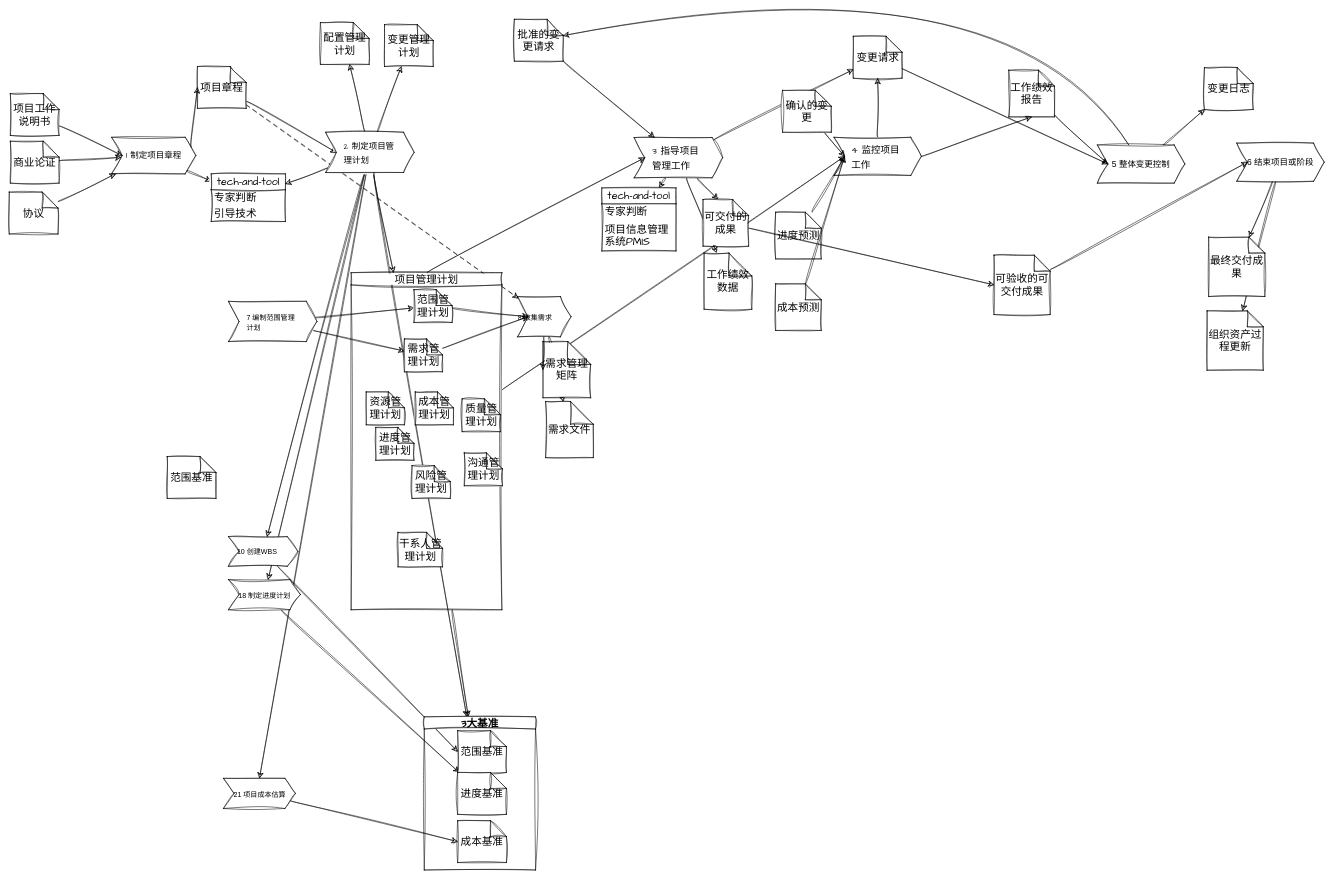
Earlier version of the draw.io diagram 软考中级.drawio (lzdong0714/note). Source tidied: cells renumbered, new cells numbered last; positions are measured from the earlier drawing's top-left corner, leaving out a move shared by most shapes. Both pictures are drawn from the tidied source at 53%, with x=0, y=0 at pixel (9, -48).
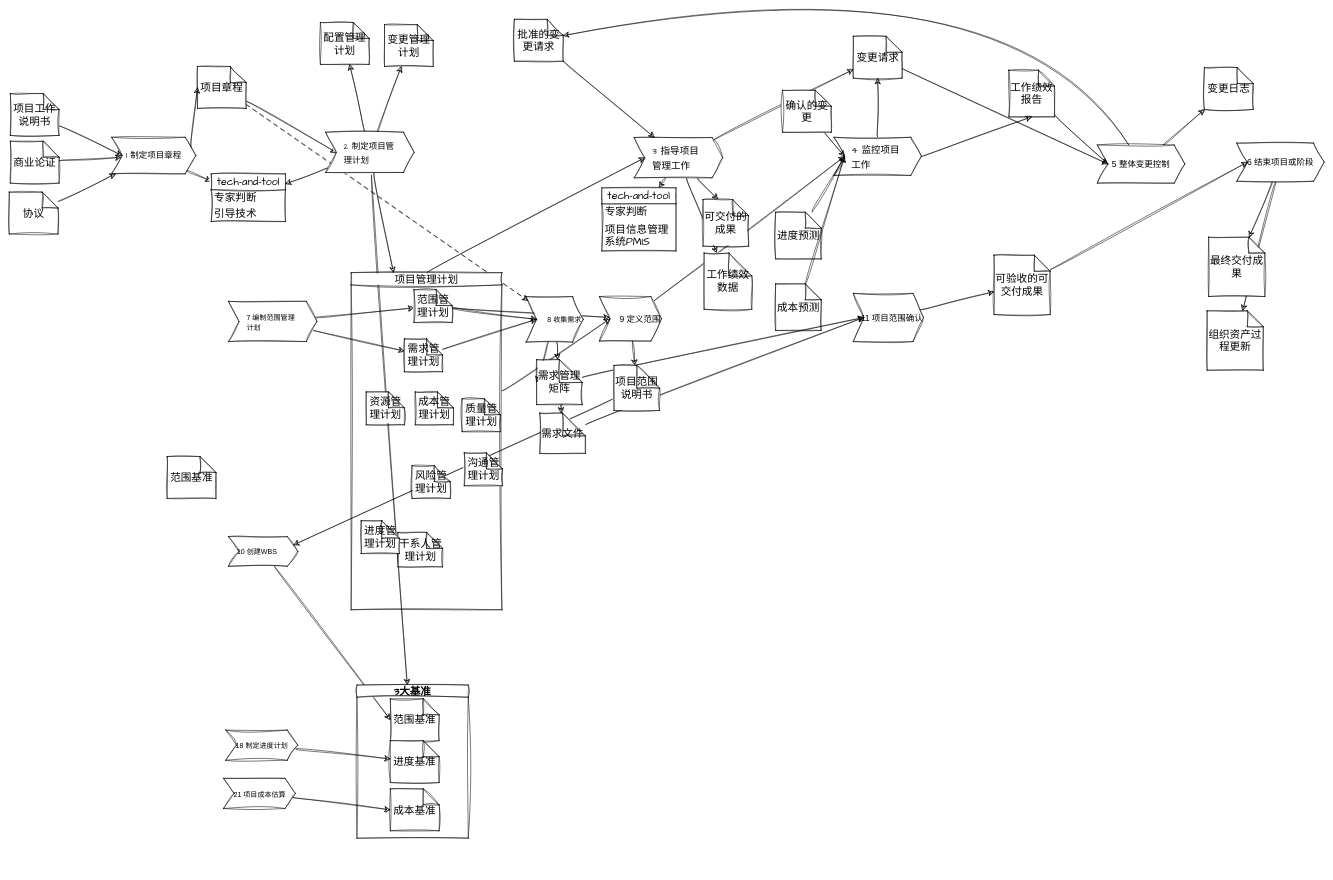
The same diagram, later.

Commit message (it also covers changes not shown here):
更新软考中级.drawio

The change refers to these unchanged cells:
```xml
<mxCell id="23" value="&lt;table style=&quot;border-collapse: collapse; table-layout: fixed; width: 0px;&quot;&gt;&lt;colgroup&gt;&lt;col style=&quot;width: 101px;&quot; width=&quot;101&quot;&gt;&lt;/colgroup&gt;&lt;tbody&gt;&lt;tr style=&quot;height: 24px;&quot; height=&quot;24&quot;&gt;&lt;td style=&quot;empty-cells: show; line-height: normal; vertical-align: middle; outline-width: 0px; overflow-wrap: break-word; word-break: normal; text-align: left; width: 101px;&quot; width=&quot;101&quot;&gt;&lt;font face=&quot;Architects Daughter&quot; style=&quot;font-size: 16px;&quot;&gt;2 制定项目管理计划&lt;/font&gt;&lt;/td&gt;&lt;/tr&gt;&lt;/tbody&gt;&lt;/table&gt;" style="shape=step;perimeter=stepPerimeter;whiteSpace=wrap;html=1;fixedSize=1;fontSize=16;sketch=1;curveFitting=1;jiggle=2;" parent="1" vertex="1">
  <mxGeometry x="597" y="340" width="167" height="76" as="geometry" />
</mxCell>
<mxCell id="27" value="&lt;table style=&quot;border-collapse: collapse; table-layout: fixed; width: 0px;&quot;&gt;&lt;colgroup&gt;&lt;col style=&quot;width: 101px;&quot; width=&quot;101&quot;&gt;&lt;/colgroup&gt;&lt;tbody&gt;&lt;tr style=&quot;height: 24px;&quot; height=&quot;24&quot;&gt;&lt;td style=&quot;empty-cells: show; line-height: normal; vertical-align: middle; outline-width: 0px; overflow-wrap: break-word; word-break: normal; text-align: left; width: 101px;&quot; width=&quot;101&quot;&gt;&lt;table style=&quot;border-collapse: collapse; table-layout: fixed; width: 0px;&quot;&gt;&lt;colgroup&gt;&lt;col style=&quot;width: 101px;&quot; width=&quot;101&quot;&gt;&lt;/colgroup&gt;&lt;tbody&gt;&lt;tr style=&quot;height: 24px;&quot; height=&quot;24&quot;&gt;&lt;td style=&quot;empty-cells: show; line-height: normal; vertical-align: middle; outline-width: 0px; overflow-wrap: break-word; word-break: normal; font-size: 10pt; width: 101px;&quot; width=&quot;101&quot;&gt;21 项目成本估算&lt;/td&gt;&lt;/tr&gt;&lt;/tbody&gt;&lt;/table&gt;&lt;/td&gt;&lt;/tr&gt;&lt;/tbody&gt;&lt;/table&gt;" style="shape=step;perimeter=stepPerimeter;whiteSpace=wrap;html=1;fixedSize=1;fontSize=16;sketch=1;curveFitting=1;jiggle=2;" parent="1" vertex="1">
  <mxGeometry x="404" y="1559" width="136" height="57" as="geometry" />
</mxCell>
<mxCell id="28" value="&lt;table style=&quot;border-collapse: collapse; table-layout: fixed; width: 0px;&quot;&gt;&lt;colgroup&gt;&lt;col style=&quot;width: 101px;&quot; width=&quot;101&quot;&gt;&lt;/colgroup&gt;&lt;tbody&gt;&lt;tr style=&quot;height: 24px;&quot; height=&quot;24&quot;&gt;&lt;td style=&quot;empty-cells: show; line-height: normal; vertical-align: middle; outline-width: 0px; overflow-wrap: break-word; word-break: normal; font-size: 10pt; text-align: left; width: 101px;&quot; width=&quot;101&quot;&gt;10 创建WBS&lt;/td&gt;&lt;/tr&gt;&lt;/tbody&gt;&lt;/table&gt;" style="shape=step;perimeter=stepPerimeter;whiteSpace=wrap;html=1;fixedSize=1;fontSize=16;sketch=1;curveFitting=1;jiggle=2;" parent="1" vertex="1">
  <mxGeometry x="413.5" y="1103" width="131" height="56" as="geometry" />
</mxCell>
<mxCell id="44" value="可交付的成果" style="shape=note;whiteSpace=wrap;html=1;backgroundOutline=1;darkOpacity=0.05;sketch=1;hachureGap=4;jiggle=2;curveFitting=1;fontFamily=Architects Daughter;fontSize=20;" parent="1" vertex="1">
  <mxGeometry x="1309" y="467" width="86" height="88" as="geometry" />
</mxCell>
<mxCell id="49" value="&lt;table style=&quot;border-collapse: collapse; table-layout: fixed; width: 0px; font-size: 18px;&quot;&gt;&lt;colgroup&gt;&lt;col style=&quot;width: 101px;&quot; width=&quot;101&quot;&gt;&lt;/colgroup&gt;&lt;tbody&gt;&lt;tr style=&quot;height: 24px;&quot; height=&quot;24&quot;&gt;&lt;td style=&quot;empty-cells: show; line-height: normal; vertical-align: middle; outline-width: 0px; overflow-wrap: break-word; word-break: normal; text-align: left; width: 101px;&quot; width=&quot;101&quot;&gt;&lt;font style=&quot;font-size: 18px;&quot; face=&quot;Architects Daughter&quot;&gt;4 监控项目工作&lt;/font&gt;&lt;/td&gt;&lt;/tr&gt;&lt;/tbody&gt;&lt;/table&gt;" style="shape=step;perimeter=stepPerimeter;whiteSpace=wrap;html=1;fixedSize=1;fontSize=16;sketch=1;curveFitting=1;jiggle=2;" parent="1" vertex="1">
  <mxGeometry x="1556" y="349.5" width="165" height="72" as="geometry" />
</mxCell>
<mxCell id="73" value="可验收的可交付成果" style="shape=note;whiteSpace=wrap;html=1;backgroundOutline=1;darkOpacity=0.05;sketch=1;hachureGap=4;jiggle=2;curveFitting=1;fontFamily=Architects Daughter;fontSize=20;" parent="1" vertex="1">
  <mxGeometry x="1858" y="572" width="106" height="112" as="geometry" />
</mxCell>
<mxCell id="84" value="项目管理计划" style="swimlane;sketch=1;hachureGap=4;jiggle=2;curveFitting=1;fontFamily=Architects Daughter;fontSize=20;fontStyle=0;" parent="1" vertex="1">
  <mxGeometry x="645" y="605" width="284.5" height="636" as="geometry" />
</mxCell>
<mxCell id="91" value="范围管理计划" style="shape=note;whiteSpace=wrap;html=1;backgroundOutline=1;darkOpacity=0.05;sketch=1;hachureGap=4;jiggle=2;curveFitting=1;fontFamily=Architects Daughter;fontSize=20;" parent="84" vertex="1">
  <mxGeometry x="118.5" y="32" width="72" height="62" as="geometry" />
</mxCell>
```

The edit, as a diff of the source:
```diff
@@
+    <mxCell id="99" style="edgeStyle=none;curved=1;rounded=0;sketch=1;hachureGap=4;jiggle=2;curveFitting=1;jettySize=auto;html=1;entryX=1;entryY=0.25;entryDx=0;entryDy=0;fontFamily=Architects Daughter;fontSize=16;startSize=8;endSize=8;" parent="1" edge="1" source="107" target="28">
+      <mxGeometry relative="1" as="geometry" />
+    </mxCell>
+    <mxCell id="100" style="edgeStyle=none;curved=1;rounded=0;sketch=1;hachureGap=4;jiggle=2;curveFitting=1;jettySize=auto;html=1;entryX=0;entryY=0.5;entryDx=0;entryDy=0;fontFamily=Architects Daughter;fontSize=16;startSize=8;endSize=8;" parent="1" edge="1" source="84" target="104">
+      <mxGeometry relative="1" as="geometry" />
+    </mxCell>
+    <mxCell id="101" style="edgeStyle=none;curved=1;rounded=0;sketch=1;hachureGap=4;jiggle=2;curveFitting=1;jettySize=auto;html=1;fontFamily=Architects Daughter;fontSize=16;startSize=8;endSize=8;" parent="1" edge="1" source="91" target="104">
+      <mxGeometry relative="1" as="geometry" />
+    </mxCell>
@@
-    <mxCell id="15" style="edgeStyle=none;curved=1;rounded=0;sketch=1;hachureGap=4;jiggle=2;curveFitting=1;jettySize=auto;html=1;fontFamily=Architects Daughter;fontSize=16;startSize=8;endSize=8;" parent="1" edge="1" source="23" target="28">
-      <mxGeometry relative="1" as="geometry" />
-    </mxCell>
-    <mxCell id="16" style="edgeStyle=none;curved=1;rounded=0;sketch=1;hachureGap=4;jiggle=2;curveFitting=1;jettySize=auto;html=1;fontFamily=Architects Daughter;fontSize=16;startSize=8;endSize=8;" parent="1" edge="1" source="23" target="31">
-      <mxGeometry relative="1" as="geometry" />
-    </mxCell>
-    <mxCell id="17" style="edgeStyle=none;curved=1;rounded=0;sketch=1;hachureGap=4;jiggle=2;curveFitting=1;jettySize=auto;html=1;entryX=0.5;entryY=0;entryDx=0;entryDy=0;fontFamily=Architects Daughter;fontSize=16;startSize=8;endSize=8;" parent="1" edge="1" source="23" target="27">
-      <mxGeometry relative="1" as="geometry" />
-    </mxCell>
@@
-    <mxCell id="21" style="edgeStyle=none;curved=1;rounded=0;sketch=1;hachureGap=4;jiggle=2;curveFitting=1;jettySize=auto;html=1;fontFamily=Architects Daughter;fontSize=16;startSize=8;endSize=8;" parent="1" edge="1" source="84" target="50">
-      <mxGeometry relative="1" as="geometry" />
-    </mxCell>
@@
     <mxCell id="31" value="&lt;table style=&quot;border-collapse: collapse; table-layout: fixed; width: 0px;&quot;&gt;&lt;colgroup&gt;&lt;col style=&quot;width: 101px;&quot; width=&quot;101&quot;&gt;&lt;/colgroup&gt;&lt;tbody&gt;&lt;tr style=&quot;height: 24px;&quot; height=&quot;24&quot;&gt;&lt;td style=&quot;empty-cells: show; line-height: normal; vertical-align: middle; outline-width: 0px; overflow-wrap: break-word; word-break: normal; font-size: 10pt; text-align: left; width: 101px;&quot; width=&quot;101&quot;&gt;18 制定进度计划&lt;/td&gt;&lt;/tr&gt;&lt;/tbody&gt;&lt;/table&gt;" style="shape=step;perimeter=stepPerimeter;whiteSpace=wrap;html=1;fixedSize=1;fontSize=16;sketch=1;curveFitting=1;jiggle=2;" parent="1" vertex="1">
-      <mxGeometry x="413.5" y="1184" width="136" height="57" as="geometry" />
+      <mxGeometry x="408.5" y="1468" width="136" height="57" as="geometry" />
     </mxCell>
@@
-    <mxCell id="34" style="edgeStyle=none;curved=1;rounded=0;sketch=1;hachureGap=4;jiggle=2;curveFitting=1;jettySize=auto;html=1;entryX=0;entryY=0.5;entryDx=0;entryDy=0;fontFamily=Architects Daughter;fontSize=16;startSize=8;endSize=8;" parent="1" edge="1" source="84" target="49">
+    <mxCell id="34" style="edgeStyle=none;curved=1;rounded=0;sketch=1;hachureGap=4;jiggle=2;curveFitting=1;jettySize=auto;html=1;entryX=0;entryY=0.5;entryDx=0;entryDy=0;fontFamily=Architects Daughter;fontSize=16;startSize=8;endSize=8;" parent="1" edge="1" source="104" target="49">
       <mxGeometry relative="1" as="geometry" />
     </mxCell>
@@
     <mxCell id="50" value="3大基准" style="swimlane;whiteSpace=wrap;html=1;sketch=1;hachureGap=4;jiggle=2;curveFitting=1;fontFamily=Architects Daughter;fontSize=20;" parent="1" vertex="1">
-      <mxGeometry x="783" y="1443" width="210" height="289" as="geometry" />
+      <mxGeometry x="656" y="1383" width="210" height="289" as="geometry" />
     </mxCell>
@@
-    <mxCell id="74" style="edgeStyle=none;curved=1;rounded=0;sketch=1;hachureGap=4;jiggle=2;curveFitting=1;jettySize=auto;html=1;entryX=0;entryY=0.5;entryDx=0;entryDy=0;entryPerimeter=0;fontFamily=Architects Daughter;fontSize=16;startSize=8;endSize=8;" parent="1" edge="1" source="44" target="73">
-      <mxGeometry relative="1" as="geometry" />
-    </mxCell>
@@
-    <mxCell id="80" style="edgeStyle=none;curved=1;rounded=0;sketch=1;hachureGap=4;jiggle=2;curveFitting=1;jettySize=auto;html=1;fontFamily=Architects Daughter;fontSize=16;startSize=8;endSize=8;" parent="1" edge="1" source="81" target="94">
+    <mxCell id="80" style="edgeStyle=none;curved=1;rounded=0;sketch=1;hachureGap=4;jiggle=2;curveFitting=1;jettySize=auto;html=1;fontFamily=Architects Daughter;fontSize=16;startSize=8;endSize=8;" parent="1" edge="1" source="95" target="94">
       <mxGeometry relative="1" as="geometry" />
     </mxCell>
-    <mxCell id="81" value="&lt;table style=&quot;border-collapse: collapse; table-layout: fixed; width: 0px;&quot;&gt;&lt;colgroup&gt;&lt;col style=&quot;width: 101px;&quot; width=&quot;101&quot;&gt;&lt;/colgroup&gt;&lt;tbody&gt;&lt;tr style=&quot;height: 24px;&quot; height=&quot;24&quot;&gt;&lt;td style=&quot;empty-cells: show; line-height: normal; vertical-align: middle; outline-width: 0px; overflow-wrap: break-word; word-break: normal; font-size: 10pt; text-align: left; width: 101px;&quot; width=&quot;101&quot;&gt;8 收集需求&lt;/td&gt;&lt;/tr&gt;&lt;/tbody&gt;&lt;/table&gt;" style="shape=step;perimeter=stepPerimeter;whiteSpace=wrap;html=1;fixedSize=1;fontSize=16;sketch=1;curveFitting=1;jiggle=2;" parent="1" vertex="1">
-      <mxGeometry x="959" y="650" width="101" height="76" as="geometry" />
+    <mxCell id="81" value="&lt;table style=&quot;border-collapse: collapse; table-layout: fixed; width: 0px;&quot;&gt;&lt;colgroup&gt;&lt;col style=&quot;width: 101px;&quot; width=&quot;101&quot;&gt;&lt;/colgroup&gt;&lt;tbody&gt;&lt;tr style=&quot;height: 24px;&quot; height=&quot;24&quot;&gt;&lt;td style=&quot;empty-cells: show; line-height: normal; vertical-align: middle; outline-width: 0px; overflow-wrap: break-word; word-break: normal; font-size: 10pt; width: 101px;&quot; width=&quot;101&quot;&gt;8 收集需求&lt;/td&gt;&lt;/tr&gt;&lt;/tbody&gt;&lt;/table&gt;" style="shape=step;perimeter=stepPerimeter;whiteSpace=wrap;html=1;fixedSize=1;fontSize=16;sketch=1;curveFitting=1;jiggle=2;align=right;" parent="1" vertex="1">
+      <mxGeometry x="975" y="650" width="108" height="86" as="geometry" />
     </mxCell>
@@
-    <mxCell id="93" value="进度管理计划" style="shape=note;whiteSpace=wrap;html=1;backgroundOutline=1;darkOpacity=0.05;sketch=1;hachureGap=4;jiggle=2;curveFitting=1;fontFamily=Architects Daughter;fontSize=20;" parent="84" vertex="1">
-      <mxGeometry x="46.5" y="292" width="72" height="62" as="geometry" />
+    <mxCell id="93" value="进度管理计划" style="shape=note;whiteSpace=wrap;html=1;backgroundOutline=1;darkOpacity=0.05;sketch=1;hachureGap=4;jiggle=2;curveFitting=1;fontFamily=Architects Daughter;fontSize=20;size=33;" parent="84" vertex="1">
+      <mxGeometry x="19" y="468" width="72" height="62" as="geometry" />
     </mxCell>
+    <mxCell id="102" style="edgeStyle=none;curved=1;rounded=0;sketch=1;hachureGap=4;jiggle=2;curveFitting=1;jettySize=auto;html=1;entryX=0;entryY=0.5;entryDx=0;entryDy=0;fontFamily=Architects Daughter;fontSize=16;startSize=8;endSize=8;" parent="1" edge="1" source="94" target="109">
+      <mxGeometry relative="1" as="geometry" />
+    </mxCell>
     <mxCell id="94" value="需求文件" style="shape=note;whiteSpace=wrap;html=1;backgroundOutline=1;darkOpacity=0.05;sketch=1;hachureGap=4;jiggle=2;curveFitting=1;fontFamily=Architects Daughter;fontSize=20;size=43;" parent="1" vertex="1">
-      <mxGeometry x="1012" y="848" width="90" height="106" as="geometry" />
+      <mxGeometry x="1001" y="870" width="86" height="76" as="geometry" />
     </mxCell>
-    <mxCell id="95" value="需求管理矩阵" style="shape=note;whiteSpace=wrap;html=1;backgroundOutline=1;darkOpacity=0.05;sketch=1;hachureGap=4;jiggle=2;curveFitting=1;fontFamily=Architects Daughter;fontSize=20;size=43;" parent="1" vertex="1">
-      <mxGeometry x="1007" y="735" width="90" height="106" as="geometry" />
-    </mxCell>
@@
+    <mxCell id="103" style="rounded=0;sketch=1;hachureGap=4;jiggle=2;curveFitting=1;jettySize=auto;html=1;fontFamily=Architects Daughter;fontSize=16;startSize=8;endSize=8;" parent="1" edge="1" source="104" target="107">
+      <mxGeometry relative="1" as="geometry" />
+    </mxCell>
+    <mxCell id="104" value="9 定义范围" style="shape=step;perimeter=stepPerimeter;whiteSpace=wrap;html=1;fixedSize=1;fontSize=16;sketch=1;curveFitting=1;jiggle=2;align=right;" parent="1" vertex="1">
+      <mxGeometry x="1113.5" y="650" width="117" height="84" as="geometry" />
+    </mxCell>
+    <mxCell id="105" style="edgeStyle=none;curved=1;rounded=0;sketch=1;hachureGap=4;jiggle=2;curveFitting=1;jettySize=auto;html=1;fontFamily=Architects Daughter;fontSize=16;startSize=8;endSize=8;" parent="1" edge="1" source="81" target="95">
+      <mxGeometry relative="1" as="geometry" />
+    </mxCell>
+    <mxCell id="106" style="edgeStyle=none;curved=1;rounded=0;sketch=1;hachureGap=4;jiggle=2;curveFitting=1;jettySize=auto;html=1;entryX=0;entryY=0.5;entryDx=0;entryDy=0;fontFamily=Architects Daughter;fontSize=16;startSize=8;endSize=8;" parent="1" edge="1" source="95" target="109">
+      <mxGeometry relative="1" as="geometry" />
+    </mxCell>
+    <mxCell id="95" value="需求管理矩阵" style="shape=note;whiteSpace=wrap;html=1;backgroundOutline=1;darkOpacity=0.05;sketch=1;hachureGap=4;jiggle=2;curveFitting=1;fontFamily=Architects Daughter;fontSize=20;size=43;" parent="1" vertex="1">
+      <mxGeometry x="995" y="769" width="86" height="85" as="geometry" />
+    </mxCell>
+    <mxCell id="107" value="项目范围说明书" style="shape=note;whiteSpace=wrap;html=1;backgroundOutline=1;darkOpacity=0.05;sketch=1;hachureGap=4;jiggle=2;curveFitting=1;fontFamily=Architects Daughter;fontSize=20;size=43;" parent="1" vertex="1">
+      <mxGeometry x="1141" y="780" width="86" height="85" as="geometry" />
+    </mxCell>
+    <mxCell id="108" style="edgeStyle=none;curved=1;rounded=0;sketch=1;hachureGap=4;jiggle=2;curveFitting=1;jettySize=auto;html=1;fontFamily=Architects Daughter;fontSize=16;startSize=8;endSize=8;" parent="1" edge="1" source="109" target="73">
+      <mxGeometry relative="1" as="geometry" />
+    </mxCell>
+    <mxCell id="109" value="11 项目范围确认" style="shape=step;perimeter=stepPerimeter;whiteSpace=wrap;html=1;fixedSize=1;fontSize=16;sketch=1;curveFitting=1;jiggle=2;align=right;" parent="1" vertex="1">
+      <mxGeometry x="1592.5" y="644" width="132.5" height="91" as="geometry" />
+    </mxCell>
```
